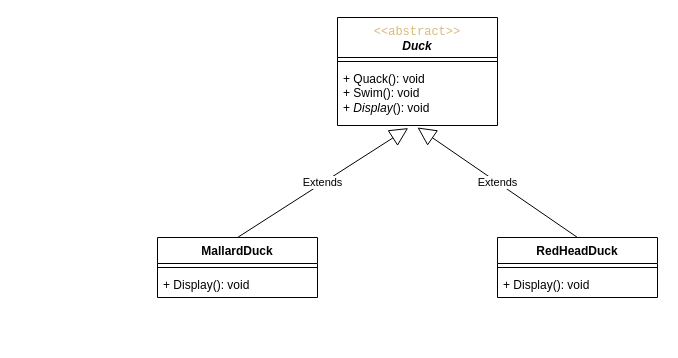
Earlier version of the draw.io diagram Strategy Pattern/ClassDiagram.drawio (skjinagal/DesignPatterns). Source tidied: cells renumbered, new cells numbered last; positions are measured from the earlier drawing's top-left corner, leaving out a move shared by most shapes. Both pictures are drawn from the tidied source at 100%, with x=0, y=0 at pixel (157, 17).
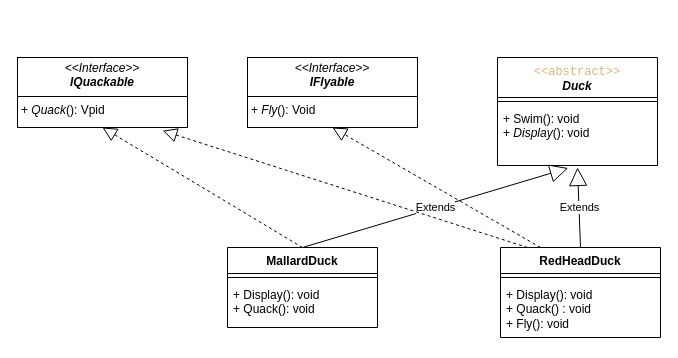
The same diagram, later.

Commit message (it also covers changes not shown here):
updated class diagram after creating behavior interfaces

Diff of the diagram source:
```diff
@@
 <mxGraphModel>
   <root>
     <mxCell id="0" />
     <mxCell id="1" parent="0" />
     <mxCell id="2" value="&lt;div&gt;&lt;span style=&quot;background-color: rgba(255, 255, 255, 0.1); color: rgb(215, 186, 125); font-family: Consolas, &amp;quot;Courier New&amp;quot;, monospace; font-weight: 400; text-align: left; white-space-collapse: preserve;&quot;&gt;&amp;lt;&amp;lt;abstract&amp;gt;&amp;gt;&lt;/span&gt;&lt;/div&gt;&lt;div&gt;&lt;span style=&quot;background-color: transparent;&quot;&gt;&lt;i&gt;Duck&lt;/i&gt;&lt;/span&gt;&lt;/div&gt;" style="swimlane;fontStyle=1;align=center;verticalAlign=top;horizontal=1;startSize=40;whiteSpace=wrap;html=1;" parent="1" vertex="1">
-      <mxGeometry x="180" width="160" height="108" as="geometry" />
+      <mxGeometry x="340" y="40" width="160" height="108" as="geometry" />
     </mxCell>
     <mxCell id="3" style="line;strokeWidth=1;fillColor=none;align=left;verticalAlign=middle;spacingTop=-1;spacingLeft=3;spacingRight=3;labelPosition=right;strokeColor=inherit;" parent="2" vertex="1">
       <mxGeometry y="40" width="160" height="8" as="geometry" />
     </mxCell>
-    <mxCell id="4" value="+ Quack(): void&lt;div&gt;&lt;span style=&quot;color: rgb(0, 0, 0);&quot;&gt;+ Swim(): void&lt;/span&gt;&lt;/div&gt;&lt;div&gt;&lt;span style=&quot;color: rgb(0, 0, 0);&quot;&gt;+ &lt;i&gt;Display&lt;/i&gt;(): void&lt;/span&gt;&lt;span style=&quot;color: rgb(0, 0, 0);&quot;&gt;&lt;/span&gt;&lt;/div&gt;" style="text;strokeColor=none;fillColor=none;align=left;verticalAlign=top;spacingLeft=4;spacingRight=4;overflow=hidden;points=[[0,0.5],[1,0.5]];portConstraint=eastwest;whiteSpace=wrap;html=1;" parent="2" vertex="1">
+    <mxCell id="4" value="&lt;div&gt;&lt;span style=&quot;color: rgb(0, 0, 0);&quot;&gt;+ Swim(): void&lt;/span&gt;&lt;/div&gt;&lt;div&gt;&lt;span style=&quot;color: rgb(0, 0, 0);&quot;&gt;+ &lt;i&gt;Display&lt;/i&gt;(): void&lt;/span&gt;&lt;span style=&quot;color: rgb(0, 0, 0);&quot;&gt;&lt;/span&gt;&lt;/div&gt;" style="text;strokeColor=none;fillColor=none;align=left;verticalAlign=top;spacingLeft=4;spacingRight=4;overflow=hidden;points=[[0,0.5],[1,0.5]];portConstraint=eastwest;whiteSpace=wrap;html=1;" parent="2" vertex="1">
       <mxGeometry y="48" width="160" height="60" as="geometry" />
     </mxCell>
     <mxCell id="5" value="MallardDuck" style="swimlane;fontStyle=1;align=center;verticalAlign=top;horizontal=1;startSize=26;whiteSpace=wrap;html=1;" parent="1" vertex="1">
-      <mxGeometry y="220" width="160" height="60" as="geometry" />
+      <mxGeometry x="70" y="230" width="150" height="80" as="geometry" />
     </mxCell>
     <mxCell id="6" style="line;strokeWidth=1;fillColor=none;align=left;verticalAlign=middle;spacingTop=-1;spacingLeft=3;spacingRight=3;labelPosition=right;strokeColor=inherit;" parent="5" vertex="1">
-      <mxGeometry y="26" width="160" height="8" as="geometry" />
+      <mxGeometry y="26" width="150" height="8" as="geometry" />
     </mxCell>
-    <mxCell id="7" value="+ Display(): void" style="text;strokeColor=none;fillColor=none;align=left;verticalAlign=top;spacingLeft=4;spacingRight=4;overflow=hidden;whiteSpace=wrap;html=1;" parent="5" vertex="1">
-      <mxGeometry y="34" width="160" height="26" as="geometry" />
+    <mxCell id="7" value="+ Display(): void&lt;div&gt;&lt;span style=&quot;color: rgb(0, 0, 0);&quot;&gt;+ Quack(): void&lt;/span&gt;&lt;/div&gt;" style="text;strokeColor=none;fillColor=none;align=left;verticalAlign=top;spacingLeft=4;spacingRight=4;overflow=hidden;whiteSpace=wrap;html=1;" parent="5" vertex="1">
+      <mxGeometry y="34" width="150" height="46" as="geometry" />
     </mxCell>
     <mxCell id="8" value="RedHeadDuck" style="swimlane;fontStyle=1;align=center;verticalAlign=top;horizontal=1;startSize=26;whiteSpace=wrap;html=1;" parent="1" vertex="1">
-      <mxGeometry x="340" y="220" width="160" height="60" as="geometry" />
+      <mxGeometry x="343" y="230" width="160" height="90" as="geometry" />
     </mxCell>
     <mxCell id="9" style="line;strokeWidth=1;fillColor=none;align=left;verticalAlign=middle;spacingTop=-1;spacingLeft=3;spacingRight=3;labelPosition=right;strokeColor=inherit;" parent="8" vertex="1">
       <mxGeometry y="26" width="160" height="8" as="geometry" />
     </mxCell>
-    <mxCell id="10" value="&lt;span style=&quot;color: rgb(0, 0, 0);&quot;&gt;+ Display(): void&lt;/span&gt;" style="text;strokeColor=none;fillColor=none;align=left;verticalAlign=top;spacingLeft=4;spacingRight=4;overflow=hidden;whiteSpace=wrap;html=1;" parent="8" vertex="1">
-      <mxGeometry y="34" width="160" height="26" as="geometry" />
+    <mxCell id="10" value="&lt;span style=&quot;color: rgb(0, 0, 0);&quot;&gt;+ Display(): void&lt;/span&gt;&lt;div&gt;&lt;span style=&quot;color: rgb(0, 0, 0);&quot;&gt;+ Quack() : void&lt;/span&gt;&lt;/div&gt;&lt;div&gt;&lt;span style=&quot;color: rgb(0, 0, 0);&quot;&gt;+ Fly(): void&lt;/span&gt;&lt;/div&gt;" style="text;strokeColor=none;fillColor=none;align=left;verticalAlign=top;spacingLeft=4;spacingRight=4;overflow=hidden;whiteSpace=wrap;html=1;" parent="8" vertex="1">
+      <mxGeometry y="34" width="160" height="56" as="geometry" />
     </mxCell>
     <mxCell id="11" value="Extends" style="endArrow=block;endSize=16;endFill=0;html=1;exitX=0.5;exitY=0;exitDx=0;exitDy=0;entryX=0.442;entryY=1.043;entryDx=0;entryDy=0;entryPerimeter=0;" parent="1" edge="1" source="5" target="4">
       <mxGeometry relative="1" as="geometry" />
     </mxCell>
     <mxCell id="12" value="Extends" style="endArrow=block;endSize=16;endFill=0;html=1;entryX=0.5;entryY=1.033;entryDx=0;entryDy=0;entryPerimeter=0;exitX=0.5;exitY=0;exitDx=0;exitDy=0;" parent="1" edge="1" source="8" target="4">
       <mxGeometry relative="1" as="geometry" />
     </mxCell>
+    <mxCell id="13" value="&lt;p style=&quot;margin:0px;margin-top:4px;text-align:center;&quot;&gt;&lt;i&gt;&amp;lt;&amp;lt;Interface&amp;gt;&amp;gt;&lt;/i&gt;&lt;br&gt;&lt;b&gt;&lt;i&gt;IFlyable&lt;/i&gt;&lt;/b&gt;&lt;/p&gt;&lt;hr size=&quot;1&quot; style=&quot;border-style:solid;&quot;&gt;&lt;p style=&quot;margin:0px;margin-left:4px;&quot;&gt;+ &lt;i&gt;Fly&lt;/i&gt;(): Void&lt;/p&gt;" style="verticalAlign=top;align=left;overflow=fill;html=1;whiteSpace=wrap;" parent="1" vertex="1">
+      <mxGeometry x="90" y="40" width="170" height="70" as="geometry" />
+    </mxCell>
+    <mxCell id="14" value="&lt;p style=&quot;margin:0px;margin-top:4px;text-align:center;&quot;&gt;&lt;i&gt;&amp;lt;&amp;lt;Interface&amp;gt;&amp;gt;&lt;/i&gt;&lt;br&gt;&lt;b&gt;&lt;i&gt;IQuackable&lt;/i&gt;&lt;/b&gt;&lt;/p&gt;&lt;hr size=&quot;1&quot; style=&quot;border-style:solid;&quot;&gt;&lt;p style=&quot;margin:0px;margin-left:4px;&quot;&gt;+ &lt;i&gt;Quack&lt;/i&gt;(): Vpid&lt;/p&gt;" style="verticalAlign=top;align=left;overflow=fill;html=1;whiteSpace=wrap;" parent="1" vertex="1">
+      <mxGeometry x="-140" y="40" width="170" height="70" as="geometry" />
+    </mxCell>
+    <mxCell id="15" style="endArrow=block;dashed=1;endFill=0;endSize=12;html=1;entryX=0.5;entryY=1;entryDx=0;entryDy=0;exitX=0.5;exitY=0;exitDx=0;exitDy=0;" parent="1" edge="1" source="5" target="14">
+      <mxGeometry relative="1" as="geometry" />
+    </mxCell>
+    <mxCell id="16" style="endArrow=block;dashed=1;endFill=0;endSize=12;html=1;entryX=0.5;entryY=1;entryDx=0;entryDy=0;exitX=0.25;exitY=0;exitDx=0;exitDy=0;" parent="1" edge="1" source="8" target="13">
+      <mxGeometry relative="1" as="geometry" />
+    </mxCell>
+    <mxCell id="17" style="endArrow=block;dashed=1;endFill=0;endSize=12;html=1;entryX=0.854;entryY=1.046;entryDx=0;entryDy=0;entryPerimeter=0;exitX=0.169;exitY=0;exitDx=0;exitDy=0;exitPerimeter=0;" parent="1" edge="1" source="8" target="14">
+      <mxGeometry relative="1" as="geometry" />
+    </mxCell>
   </root>
 </mxGraphModel>
```
